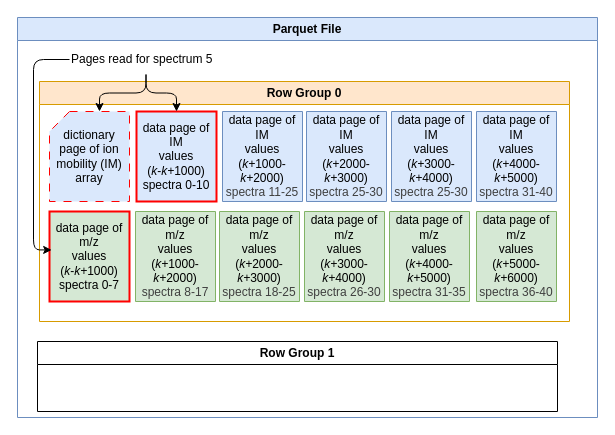
This is docs/assets/img/datapage.drawio from HUPO-PSI/mzPeak-specification, a draw.io file, before an edit. Source tidied: cells renumbered, new cells numbered last; positions are measured from the earlier drawing's top-left corner, leaving out a move shared by most shapes. Both pictures are drawn from the tidied source at 100%, with x=0, y=0 at pixel (17, 17).
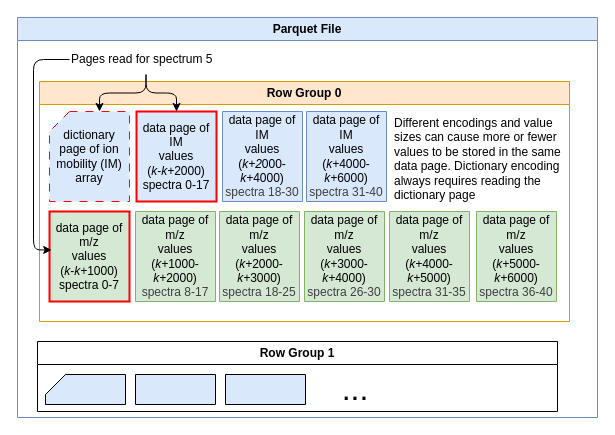
The same diagram, later.

The change refers to these unchanged cells:
```xml
<mxCell id="3" value="Row Group 0" style="swimlane;whiteSpace=wrap;html=1;fillColor=#ffe6cc;strokeColor=#d79b00;" parent="2" vertex="1">
  <mxGeometry x="22" y="64" width="530" height="240" as="geometry" />
</mxCell>
<mxCell id="16" value="Row Group 1" style="swimlane;whiteSpace=wrap;html=1;" parent="2" vertex="1">
  <mxGeometry x="20" y="324" width="520" height="70" as="geometry" />
</mxCell>
```

What changed in the source:
```diff
@@
-    <mxCell id="5" value="data page of IM&lt;div&gt;values&lt;/div&gt;&lt;div&gt;(&lt;i&gt;k&lt;/i&gt;-&lt;i&gt;k+&lt;/i&gt;1000)&lt;/div&gt;&lt;div&gt;spectra 0-10&lt;/div&gt;" style="shape=card;whiteSpace=wrap;html=1;fillColor=#dae8fc;strokeColor=#FF0000;size=0;strokeWidth=2;" parent="3" vertex="1">
+    <mxCell id="5" value="data page of IM&lt;div&gt;values&lt;/div&gt;&lt;div&gt;(&lt;i&gt;k&lt;/i&gt;-&lt;i&gt;k+&lt;/i&gt;2000)&lt;/div&gt;&lt;div&gt;spectra 0-17&lt;/div&gt;" style="shape=card;whiteSpace=wrap;html=1;fillColor=#dae8fc;strokeColor=#FF0000;size=0;strokeWidth=2;" parent="3" vertex="1">
       <mxGeometry x="97" y="30" width="80" height="90" as="geometry" />
     </mxCell>
-    <mxCell id="6" value="data page of IM&lt;div&gt;values&lt;/div&gt;&lt;div&gt;(&lt;i&gt;k+&lt;/i&gt;1000-&lt;i&gt;k+&lt;/i&gt;2000)&lt;/div&gt;&lt;div&gt;&lt;span style=&quot;color: rgb(63, 63, 63);&quot;&gt;spectra 11-25&lt;/span&gt;&lt;/div&gt;" style="shape=card;whiteSpace=wrap;html=1;fillColor=#dae8fc;strokeColor=#6c8ebf;size=0;" parent="3" vertex="1">
+    <mxCell id="6" value="data page of IM&lt;div&gt;values&lt;/div&gt;&lt;div&gt;(&lt;i&gt;k+2&lt;/i&gt;000-&lt;i&gt;k+&lt;/i&gt;4000)&lt;/div&gt;&lt;div&gt;&lt;span style=&quot;color: rgb(63, 63, 63);&quot;&gt;spectra 18-30&lt;/span&gt;&lt;/div&gt;" style="shape=card;whiteSpace=wrap;html=1;fillColor=#dae8fc;strokeColor=#6c8ebf;size=0;" parent="3" vertex="1">
       <mxGeometry x="183" y="30" width="80" height="90" as="geometry" />
     </mxCell>
-    <mxCell id="7" value="data page of IM&lt;div&gt;values&lt;/div&gt;&lt;div&gt;(&lt;i&gt;k+&lt;/i&gt;2000-&lt;i&gt;k+&lt;/i&gt;3000)&lt;/div&gt;&lt;div&gt;&lt;span style=&quot;color: rgb(63, 63, 63);&quot;&gt;spectra 25-30&lt;/span&gt;&lt;/div&gt;" style="shape=card;whiteSpace=wrap;html=1;fillColor=#dae8fc;strokeColor=#6c8ebf;size=0;" parent="3" vertex="1">
+    <mxCell id="7" value="data page of IM&lt;div&gt;values&lt;/div&gt;&lt;div&gt;(&lt;i&gt;k+&lt;/i&gt;4000-&lt;i&gt;k+&lt;/i&gt;6000)&lt;/div&gt;&lt;div&gt;&lt;span style=&quot;color: rgb(63, 63, 63);&quot;&gt;spectra 31-40&lt;/span&gt;&lt;/div&gt;" style="shape=card;whiteSpace=wrap;html=1;fillColor=#dae8fc;strokeColor=#6c8ebf;size=0;" parent="3" vertex="1">
       <mxGeometry x="267" y="30" width="80" height="90" as="geometry" />
     </mxCell>
-    <mxCell id="8" value="data page of IM&lt;div&gt;values&lt;/div&gt;&lt;div&gt;(&lt;i&gt;k+&lt;/i&gt;3000-&lt;i&gt;k+&lt;/i&gt;4000)&lt;/div&gt;&lt;div&gt;&lt;span style=&quot;color: rgb(63, 63, 63);&quot;&gt;spectra 25-30&lt;/span&gt;&lt;/div&gt;" style="shape=card;whiteSpace=wrap;html=1;fillColor=#dae8fc;strokeColor=#6c8ebf;size=0;" parent="3" vertex="1">
-      <mxGeometry x="352" y="30" width="80" height="90" as="geometry" />
-    </mxCell>
-    <mxCell id="9" value="data page of IM&lt;div&gt;values&lt;/div&gt;&lt;div&gt;(&lt;i&gt;k+&lt;/i&gt;4000-&lt;i&gt;k+&lt;/i&gt;5000)&lt;/div&gt;&lt;div&gt;&lt;span style=&quot;color: rgb(63, 63, 63);&quot;&gt;spectra 31-40&lt;/span&gt;&lt;/div&gt;" style="shape=card;whiteSpace=wrap;html=1;fillColor=#dae8fc;strokeColor=#6c8ebf;size=0;" parent="3" vertex="1">
-      <mxGeometry x="437" y="30" width="80" height="90" as="geometry" />
-    </mxCell>
@@
+    <mxCell id="21" value="&lt;div&gt;Different encodings and value sizes can cause more or fewer values to be stored in the same data page. Dictionary encoding always requires reading the dictionary page&lt;/div&gt;" style="text;html=1;whiteSpace=wrap;strokeColor=none;fillColor=none;align=left;verticalAlign=top;rounded=0;spacing=0;" parent="3" vertex="1">
+      <mxGeometry x="355" y="30" width="175" height="90" as="geometry" />
+    </mxCell>
@@
+    <mxCell id="22" style="shape=card;whiteSpace=wrap;html=1;fillColor=#dae8fc;strokeColor=light-dark(#000000,#000000);size=20;" parent="16" vertex="1">
+      <mxGeometry x="8" y="33" width="80" height="30" as="geometry" />
+    </mxCell>
+    <mxCell id="23" style="shape=card;whiteSpace=wrap;html=1;fillColor=#dae8fc;strokeColor=light-dark(#000000,#000000);size=0;" parent="16" vertex="1">
+      <mxGeometry x="98" y="33" width="80" height="30" as="geometry" />
+    </mxCell>
+    <mxCell id="24" style="shape=card;whiteSpace=wrap;html=1;fillColor=#dae8fc;strokeColor=light-dark(#000000,#000000);size=0;" parent="16" vertex="1">
+      <mxGeometry x="188" y="33" width="80" height="30" as="geometry" />
+    </mxCell>
+    <mxCell id="25" value="&lt;font style=&quot;font-size: 32px;&quot;&gt;...&lt;/font&gt;" style="text;html=1;whiteSpace=wrap;strokeColor=none;fillColor=none;align=center;verticalAlign=middle;rounded=0;" parent="16" vertex="1">
+      <mxGeometry x="288" y="33" width="60" height="30" as="geometry" />
+    </mxCell>
```
